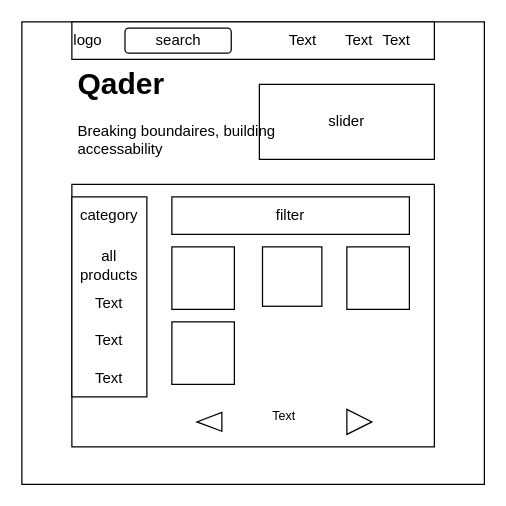
Before: public/draw.drawio in MinaEzz/Qader-website, a draw.io diagram. Source tidied: cells renumbered, new cells numbered last; positions are measured from the earlier drawing's top-left corner, leaving out a move shared by most shapes. Both pictures are drawn from the tidied source at 125%, with x=0, y=0 at pixel (21, 21).
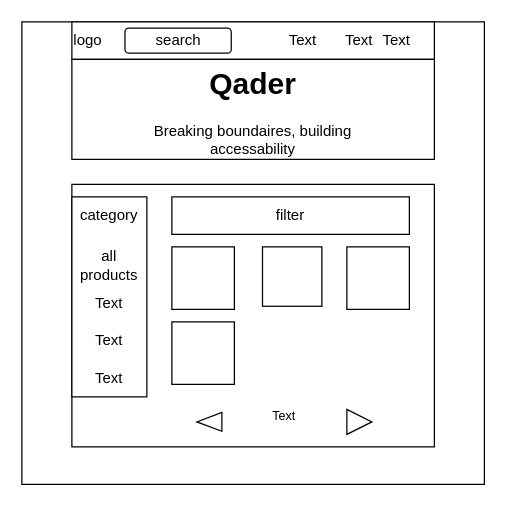
Above is the later version.

Change to the diagram source:
```diff
@@
-    <mxCell id="5" value="slider" style="rounded=0;whiteSpace=wrap;html=1;" parent="1" vertex="1">
-      <mxGeometry x="190" y="50" width="140" height="60" as="geometry" />
+    <mxCell id="5" style="rounded=0;whiteSpace=wrap;html=1;" parent="1" vertex="1">
+      <mxGeometry x="40" y="30" width="290" height="80" as="geometry" />
     </mxCell>
@@
-    <mxCell id="16" value="&lt;h1&gt;Qader&lt;/h1&gt;&lt;p&gt;Breaking boundaires, building accessability&lt;/p&gt;" style="text;html=1;strokeColor=none;fillColor=none;spacing=5;spacingTop=-20;whiteSpace=wrap;overflow=hidden;rounded=0;" parent="1" vertex="1">
-      <mxGeometry x="40" y="30" width="170" height="90" as="geometry" />
+    <mxCell id="16" value="&lt;h1&gt;Qader&lt;/h1&gt;&lt;p&gt;Breaking boundaires, building accessability&lt;/p&gt;" style="text;html=1;strokeColor=none;fillColor=none;spacing=5;spacingTop=-20;whiteSpace=wrap;overflow=hidden;rounded=0;align=center;" parent="1" vertex="1">
+      <mxGeometry x="100" y="30" width="170" height="90" as="geometry" />
     </mxCell>
```
